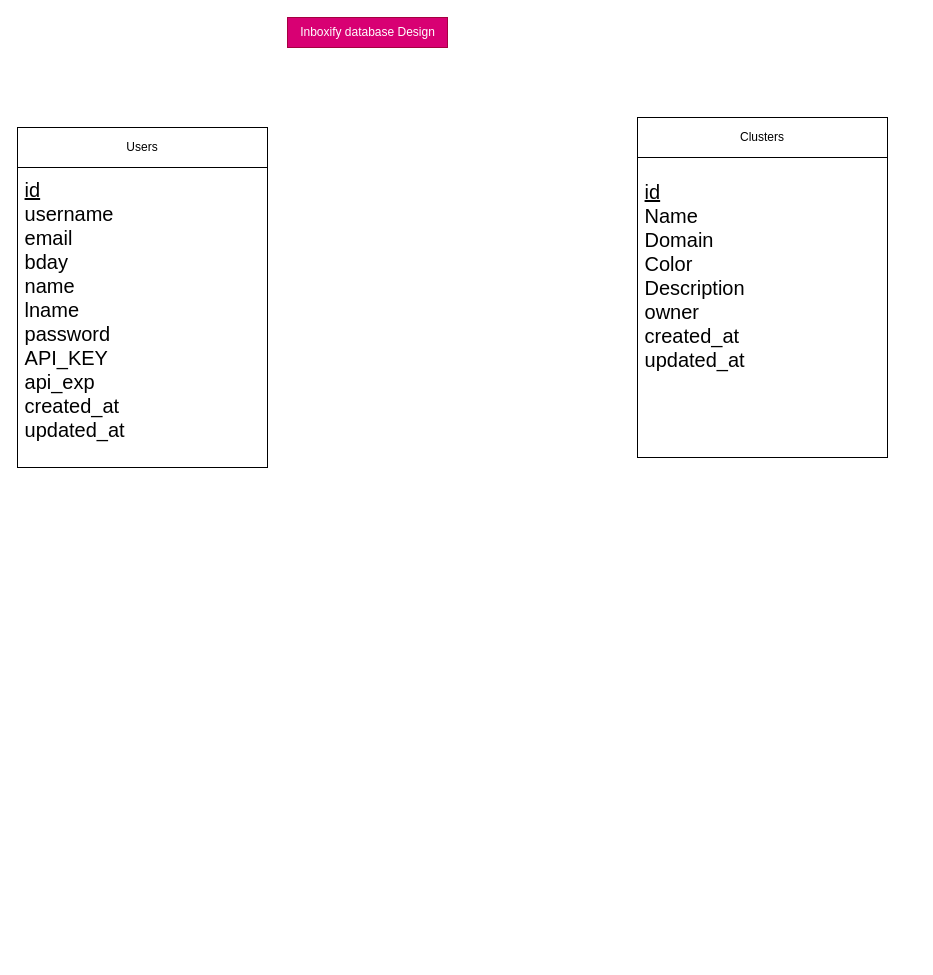
InboxifyApp/UML keeps this draw.io diagram as db.drawio. Above is the earlier version. Source tidied: cells renumbered, new cells numbered last; positions are measured from the earlier drawing's top-left corner, leaving out a move shared by most shapes. Both pictures are drawn from the tidied source at 100%, with x=0, y=0 at pixel (17, 17).
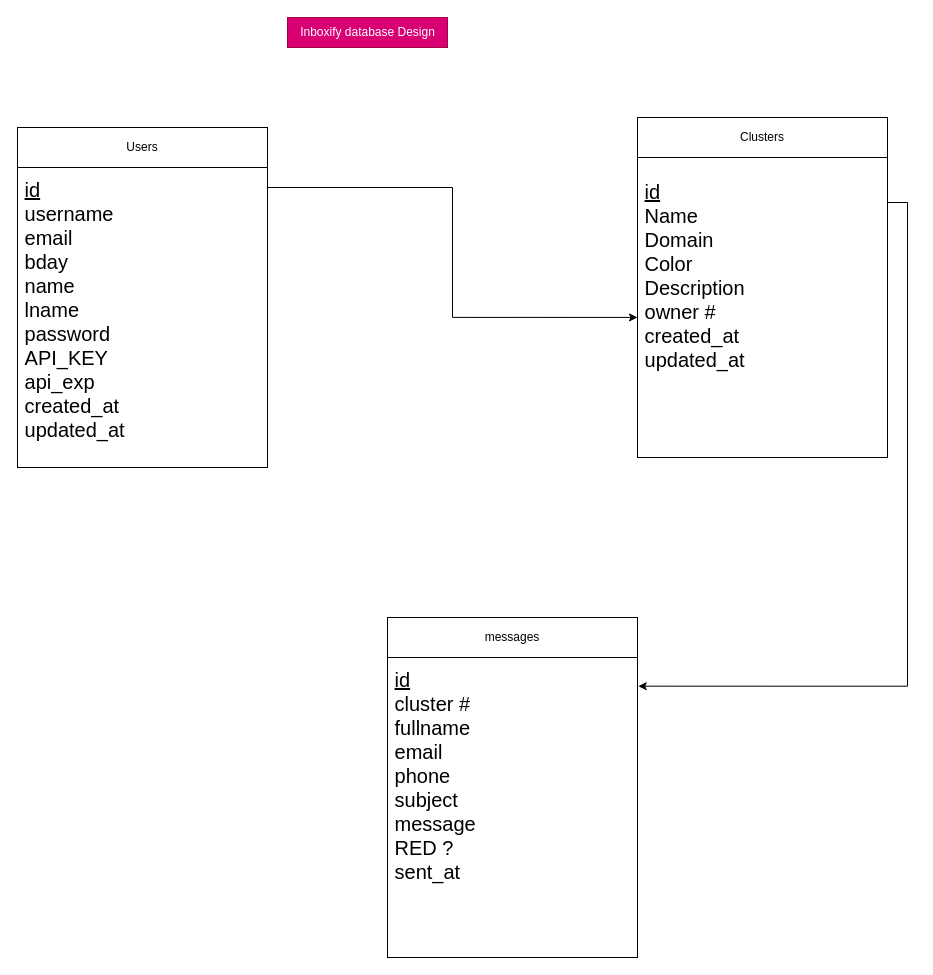
The same page after the edit.

Commit message:
messages entity

The edit, as a diff of the source:
```diff
@@
 <mxGraphModel>
   <root>
     <mxCell id="0" />
     <mxCell id="1" parent="0" />
     <mxCell id="2" value="Inboxify database Design" style="text;html=1;align=center;verticalAlign=middle;strokeColor=#A50040;fillColor=#d80073;fontColor=#ffffff;" parent="1" vertex="1">
       <mxGeometry x="270" width="160" height="30" as="geometry" />
     </mxCell>
+    <mxCell id="7" style="edgeStyle=orthogonalEdgeStyle;rounded=0;jettySize=auto;html=1;exitX=1;exitY=0.25;exitDx=0;exitDy=0;entryX=0;entryY=0.588;entryDx=0;entryDy=0;entryPerimeter=0;" parent="1" edge="1" source="3" target="5">
+      <mxGeometry relative="1" as="geometry">
+        <Array as="points">
+          <mxPoint x="250" y="170" />
+          <mxPoint x="435" y="170" />
+          <mxPoint x="435" y="300" />
+        </Array>
+      </mxGeometry>
+    </mxCell>
     <mxCell id="3" value="&lt;font style=&quot;font-size: 20px;&quot;&gt;&lt;u&gt;&lt;br&gt;&lt;br&gt;&lt;/u&gt;&amp;nbsp;&lt;u&gt;id&lt;br&gt;&lt;/u&gt;&amp;nbsp;username&amp;nbsp;&lt;br&gt;&amp;nbsp;email&lt;br&gt;&amp;nbsp;bday&lt;br&gt;&lt;/font&gt;&lt;div style=&quot;font-size: 20px;&quot;&gt;&lt;font style=&quot;font-size: 20px;&quot;&gt;&amp;nbsp;name&lt;/font&gt;&lt;/div&gt;&lt;div style=&quot;font-size: 20px;&quot;&gt;&lt;font style=&quot;font-size: 20px;&quot;&gt;&amp;nbsp;lname&lt;/font&gt;&lt;/div&gt;&lt;div style=&quot;font-size: 20px;&quot;&gt;&amp;nbsp;password&lt;/div&gt;&lt;div style=&quot;font-size: 20px;&quot;&gt;&amp;nbsp;API_KEY&lt;/div&gt;&lt;div style=&quot;font-size: 20px;&quot;&gt;&amp;nbsp;api_exp&lt;/div&gt;&lt;div style=&quot;font-size: 20px;&quot;&gt;&amp;nbsp;created_at&lt;/div&gt;&lt;div style=&quot;font-size: 20px;&quot;&gt;&amp;nbsp;updated_at&lt;/div&gt;&lt;div style=&quot;font-size: 20px;&quot;&gt;&amp;nbsp;&lt;/div&gt;" style="rounded=0;whiteSpace=wrap;html=1;align=left;" parent="1" vertex="1">
       <mxGeometry y="110" width="250" height="340" as="geometry" />
     </mxCell>
     <mxCell id="4" value="Users" style="rounded=0;whiteSpace=wrap;html=1;" parent="1" vertex="1">
       <mxGeometry y="110" width="250" height="40" as="geometry" />
     </mxCell>
+    <mxCell id="8" style="edgeStyle=orthogonalEdgeStyle;rounded=0;jettySize=auto;html=1;exitX=1;exitY=0.25;exitDx=0;exitDy=0;entryX=1.003;entryY=0.202;entryDx=0;entryDy=0;entryPerimeter=0;" parent="1" edge="1" source="5" target="9">
+      <mxGeometry relative="1" as="geometry" />
+    </mxCell>
-    <mxCell id="5" value="&lt;font style=&quot;font-size: 20px;&quot;&gt;&amp;nbsp;&lt;u&gt;id&lt;br&gt;&lt;/u&gt;&amp;nbsp;Name&amp;nbsp;&lt;br&gt;&amp;nbsp;Domain&lt;br&gt;&amp;nbsp;Color&lt;br&gt;&lt;/font&gt;&lt;div style=&quot;font-size: 20px;&quot;&gt;&lt;font style=&quot;font-size: 20px;&quot;&gt;&amp;nbsp;Description&lt;/font&gt;&lt;/div&gt;&lt;div style=&quot;font-size: 20px;&quot;&gt;&lt;font style=&quot;font-size: 20px;&quot;&gt;&amp;nbsp;owner&lt;/font&gt;&lt;/div&gt;&lt;div style=&quot;font-size: 20px;&quot;&gt;&amp;nbsp;created_at&lt;/div&gt;&lt;div style=&quot;font-size: 20px;&quot;&gt;&amp;nbsp;updated_at&lt;/div&gt;&lt;div style=&quot;font-size: 20px;&quot;&gt;&amp;nbsp;&lt;/div&gt;" style="rounded=0;whiteSpace=wrap;html=1;align=left;" parent="1" vertex="1">
+    <mxCell id="5" value="&lt;font style=&quot;font-size: 20px;&quot;&gt;&amp;nbsp;&lt;u&gt;id&lt;br&gt;&lt;/u&gt;&amp;nbsp;Name&amp;nbsp;&lt;br&gt;&amp;nbsp;Domain&lt;br&gt;&amp;nbsp;Color&lt;br&gt;&lt;/font&gt;&lt;div style=&quot;font-size: 20px;&quot;&gt;&lt;font style=&quot;font-size: 20px;&quot;&gt;&amp;nbsp;Description&lt;/font&gt;&lt;/div&gt;&lt;div style=&quot;font-size: 20px;&quot;&gt;&lt;font style=&quot;font-size: 20px;&quot;&gt;&amp;nbsp;owner #&lt;/font&gt;&lt;/div&gt;&lt;div style=&quot;font-size: 20px;&quot;&gt;&amp;nbsp;created_at&lt;/div&gt;&lt;div style=&quot;font-size: 20px;&quot;&gt;&amp;nbsp;updated_at&lt;/div&gt;&lt;div style=&quot;font-size: 20px;&quot;&gt;&amp;nbsp;&lt;/div&gt;" style="rounded=0;whiteSpace=wrap;html=1;align=left;" parent="1" vertex="1">
       <mxGeometry x="620" y="100" width="250" height="340" as="geometry" />
     </mxCell>
     <mxCell id="6" value="Clusters" style="rounded=0;whiteSpace=wrap;html=1;" parent="1" vertex="1">
       <mxGeometry x="620" y="100" width="250" height="40" as="geometry" />
     </mxCell>
+    <mxCell id="9" value="&lt;font style=&quot;font-size: 20px;&quot;&gt;&amp;nbsp;&lt;u&gt;id&lt;br&gt;&lt;/u&gt;&amp;nbsp;cluster #&lt;br&gt;&amp;nbsp;fullname&lt;br&gt;&amp;nbsp;email&lt;br&gt;&lt;/font&gt;&lt;div style=&quot;font-size: 20px;&quot;&gt;&lt;font style=&quot;font-size: 20px;&quot;&gt;&amp;nbsp;phone&lt;/font&gt;&lt;/div&gt;&lt;div style=&quot;font-size: 20px;&quot;&gt;&lt;font style=&quot;font-size: 20px;&quot;&gt;&amp;nbsp;subject&lt;/font&gt;&lt;/div&gt;&lt;div style=&quot;font-size: 20px;&quot;&gt;&amp;nbsp;message&lt;/div&gt;&lt;div style=&quot;font-size: 20px;&quot;&gt;&amp;nbsp;RED ?&lt;/div&gt;&lt;div style=&quot;font-size: 20px;&quot;&gt;&amp;nbsp;sent_at&lt;/div&gt;&lt;div style=&quot;font-size: 20px;&quot;&gt;&amp;nbsp;&lt;/div&gt;" style="rounded=0;whiteSpace=wrap;html=1;align=left;" parent="1" vertex="1">
+      <mxGeometry x="370" y="600" width="250" height="340" as="geometry" />
+    </mxCell>
+    <mxCell id="10" value="messages" style="rounded=0;whiteSpace=wrap;html=1;" parent="1" vertex="1">
+      <mxGeometry x="370" y="600" width="250" height="40" as="geometry" />
+    </mxCell>
   </root>
 </mxGraphModel>
```
